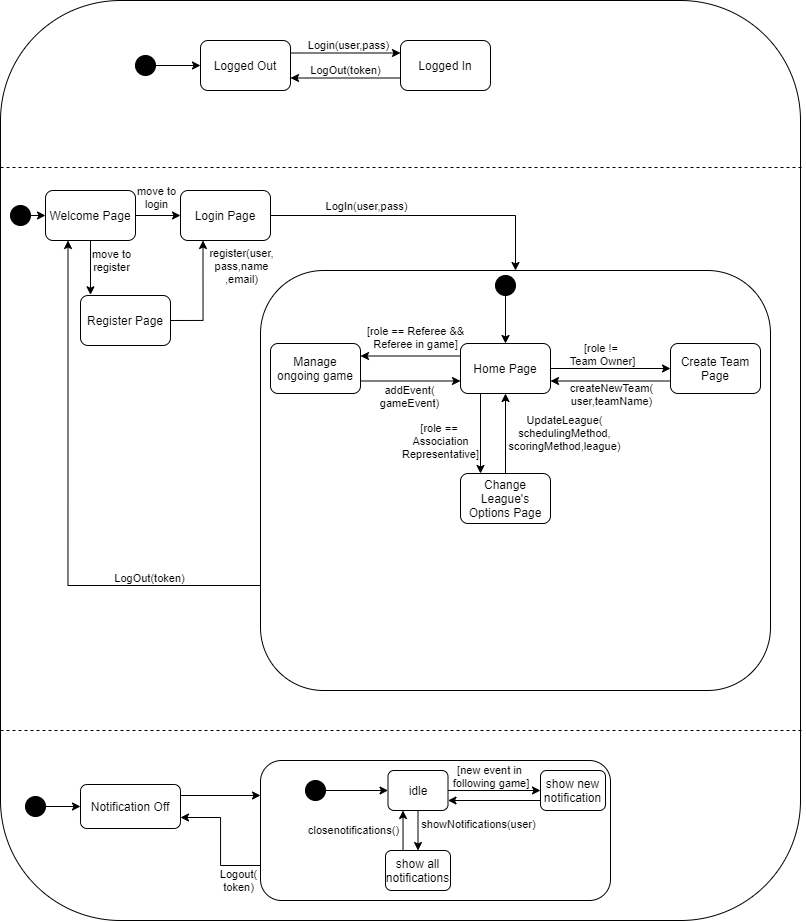
Above: doc/architecture/State Machine.png in Zshoham/Morbis (draw.io), before the change. Source tidied: cells renumbered, new cells last; positions are measured from the earlier drawing's top-left corner, leaving out a move shared by most shapes. The source it was exported from:
```xml
<mxGraphModel>
  <root>
    <mxCell id="0" />
    <mxCell id="1" parent="0" />
    <mxCell id="2" style="rounded=1;whiteSpace=wrap;html=1;" parent="1" vertex="1">
      <mxGeometry width="800" height="920" as="geometry" />
    </mxCell>
    <mxCell id="3" style="endArrow=none;dashed=1;html=1;" parent="1" edge="1">
      <mxGeometry relative="1" as="geometry">
        <mxPoint y="167" as="sourcePoint" />
        <mxPoint x="803" y="167" as="targetPoint" />
      </mxGeometry>
    </mxCell>
    <mxCell id="4" style="edgeStyle=orthogonalEdgeStyle;rounded=0;jettySize=auto;html=1;exitX=0;exitY=0.75;exitDx=0;exitDy=0;entryX=1;entryY=0.75;entryDx=0;entryDy=0;" parent="1" edge="1" source="6" target="9">
      <mxGeometry relative="1" as="geometry" />
    </mxCell>
    <mxCell id="5" value="LogOut(token)" style="edgeLabel;html=1;align=center;verticalAlign=middle;" parent="4" vertex="1">
      <mxGeometry x="-0.06" relative="1" as="geometry">
        <mxPoint x="-3.3" y="-8.5" as="offset" />
      </mxGeometry>
    </mxCell>
    <mxCell id="6" value="Logged In" style="rounded=1;whiteSpace=wrap;html=1;" parent="1" vertex="1">
      <mxGeometry x="400" y="40" width="90" height="50" as="geometry" />
    </mxCell>
    <mxCell id="7" style="edgeStyle=orthogonalEdgeStyle;rounded=0;jettySize=auto;html=1;exitX=1;exitY=0.25;exitDx=0;exitDy=0;entryX=0;entryY=0.25;entryDx=0;entryDy=0;" parent="1" edge="1" source="9" target="6">
      <mxGeometry relative="1" as="geometry" />
    </mxCell>
    <mxCell id="8" value="Login(user,pass)" style="edgeLabel;html=1;align=center;verticalAlign=middle;" parent="7" vertex="1">
      <mxGeometry x="0.68" y="1" relative="1" as="geometry">
        <mxPoint x="-35.3" y="-7.5" as="offset" />
      </mxGeometry>
    </mxCell>
    <mxCell id="9" value="Logged Out" style="rounded=1;whiteSpace=wrap;html=1;" parent="1" vertex="1">
      <mxGeometry x="200" y="40" width="90" height="50" as="geometry" />
    </mxCell>
    <mxCell id="10" style="edgeStyle=orthogonalEdgeStyle;rounded=0;jettySize=auto;html=1;exitX=1;exitY=0.5;exitDx=0;exitDy=0;entryX=0;entryY=0.5;entryDx=0;entryDy=0;" parent="1" edge="1" source="11" target="9">
      <mxGeometry relative="1" as="geometry" />
    </mxCell>
    <mxCell id="11" style="ellipse;whiteSpace=wrap;html=1;fillColor=#000000;" parent="1" vertex="1">
      <mxGeometry x="135" y="55" width="20" height="20" as="geometry" />
    </mxCell>
    <mxCell id="12" style="edgeStyle=orthogonalEdgeStyle;rounded=0;jettySize=auto;html=1;exitX=1;exitY=0.5;exitDx=0;exitDy=0;entryX=0;entryY=0.5;entryDx=0;entryDy=0;" parent="1" edge="1" source="13" target="18">
      <mxGeometry relative="1" as="geometry" />
    </mxCell>
    <mxCell id="13" style="ellipse;whiteSpace=wrap;html=1;fillColor=#000000;" parent="1" vertex="1">
      <mxGeometry x="10" y="205" width="20" height="20" as="geometry" />
    </mxCell>
    <mxCell id="14" style="edgeStyle=orthogonalEdgeStyle;rounded=0;jettySize=auto;html=1;exitX=1;exitY=0.5;exitDx=0;exitDy=0;entryX=0;entryY=0.5;entryDx=0;entryDy=0;" parent="1" edge="1" source="18" target="24">
      <mxGeometry relative="1" as="geometry" />
    </mxCell>
    <mxCell id="15" value="move to&lt;br&gt;login" style="edgeLabel;html=1;align=center;verticalAlign=middle;" parent="14" vertex="1">
      <mxGeometry x="-0.13" relative="1" as="geometry">
        <mxPoint y="-19" as="offset" />
      </mxGeometry>
    </mxCell>
    <mxCell id="16" style="edgeStyle=orthogonalEdgeStyle;rounded=0;jettySize=auto;html=1;exitX=0.5;exitY=1;exitDx=0;exitDy=0;entryX=0.111;entryY=-0.014;entryDx=0;entryDy=0;entryPerimeter=0;" parent="1" edge="1" source="18" target="39">
      <mxGeometry relative="1" as="geometry" />
    </mxCell>
    <mxCell id="17" value="move to&lt;br&gt;register" style="edgeLabel;html=1;align=center;verticalAlign=middle;" parent="16" vertex="1">
      <mxGeometry x="-0.51" y="-2" relative="1" as="geometry">
        <mxPoint x="22" y="6.9" as="offset" />
      </mxGeometry>
    </mxCell>
    <mxCell id="18" value="Welcome Page" style="rounded=1;whiteSpace=wrap;html=1;" parent="1" vertex="1">
      <mxGeometry x="45" y="190" width="90" height="50" as="geometry" />
    </mxCell>
    <mxCell id="19" style="edgeStyle=orthogonalEdgeStyle;rounded=0;jettySize=auto;html=1;exitX=0;exitY=0.75;exitDx=0;exitDy=0;entryX=0.25;entryY=1;entryDx=0;entryDy=0;" parent="1" edge="1" source="21" target="18">
      <mxGeometry relative="1" as="geometry" />
    </mxCell>
    <mxCell id="20" value="LogOut(token)" style="edgeLabel;html=1;align=center;verticalAlign=middle;" parent="19" vertex="1">
      <mxGeometry x="-0.61" y="-1" relative="1" as="geometry">
        <mxPoint x="-8.1" y="-6.5" as="offset" />
      </mxGeometry>
    </mxCell>
    <mxCell id="21" style="rounded=1;whiteSpace=wrap;html=1;fillColor=#FFFFFF;" parent="1" vertex="1">
      <mxGeometry x="260" y="270" width="510" height="420" as="geometry" />
    </mxCell>
    <mxCell id="22" style="edgeStyle=orthogonalEdgeStyle;rounded=0;jettySize=auto;html=1;exitX=1;exitY=0.5;exitDx=0;exitDy=0;entryX=0.5;entryY=0;entryDx=0;entryDy=0;" parent="1" edge="1" source="24" target="21">
      <mxGeometry relative="1" as="geometry" />
    </mxCell>
    <mxCell id="23" value="LogIn(user,pass)" style="edgeLabel;html=1;align=center;verticalAlign=middle;" parent="22" vertex="1">
      <mxGeometry x="-0.37" relative="1" as="geometry">
        <mxPoint x="1.6" y="-10" as="offset" />
      </mxGeometry>
    </mxCell>
    <mxCell id="24" value="Login Page" style="rounded=1;whiteSpace=wrap;html=1;" parent="1" vertex="1">
      <mxGeometry x="180" y="190" width="90" height="50" as="geometry" />
    </mxCell>
    <mxCell id="25" style="edgeStyle=orthogonalEdgeStyle;rounded=0;jettySize=auto;html=1;exitX=0.5;exitY=1;exitDx=0;exitDy=0;entryX=0.5;entryY=0;entryDx=0;entryDy=0;" parent="1" edge="1" source="26" target="33">
      <mxGeometry relative="1" as="geometry" />
    </mxCell>
    <mxCell id="26" style="ellipse;whiteSpace=wrap;html=1;fillColor=#000000;" parent="1" vertex="1">
      <mxGeometry x="495" y="275" width="20" height="20" as="geometry" />
    </mxCell>
    <mxCell id="27" style="edgeStyle=orthogonalEdgeStyle;rounded=0;jettySize=auto;html=1;exitX=1;exitY=0.5;exitDx=0;exitDy=0;entryX=0;entryY=0.5;entryDx=0;entryDy=0;" parent="1" edge="1" source="33" target="36">
      <mxGeometry relative="1" as="geometry" />
    </mxCell>
    <mxCell id="28" value="[role !=&amp;nbsp;&lt;br&gt;Team Owner]" style="edgeLabel;html=1;align=center;verticalAlign=middle;" parent="27" vertex="1">
      <mxGeometry x="-0.24" relative="1" as="geometry">
        <mxPoint x="5.7" y="-15" as="offset" />
      </mxGeometry>
    </mxCell>
    <mxCell id="29" style="edgeStyle=orthogonalEdgeStyle;rounded=0;orthogonalLoop=1;jettySize=auto;html=1;exitX=0.5;exitY=1;exitDx=0;exitDy=0;entryX=0.5;entryY=0;entryDx=0;entryDy=0;" parent="1" edge="1">
      <mxGeometry relative="1" as="geometry">
        <mxPoint x="480" y="393" as="sourcePoint" />
        <mxPoint x="480" y="473" as="targetPoint" />
      </mxGeometry>
    </mxCell>
    <mxCell id="30" value="[role ==&amp;nbsp;&lt;br&gt;Association&lt;br&gt;Representative]" style="edgeLabel;html=1;align=center;verticalAlign=middle;" parent="29" vertex="1">
      <mxGeometry x="-0.2" y="-1" relative="1" as="geometry">
        <mxPoint x="-40" y="16" as="offset" />
      </mxGeometry>
    </mxCell>
    <mxCell id="31" style="edgeStyle=orthogonalEdgeStyle;rounded=0;jettySize=auto;html=1;exitX=0;exitY=0.25;exitDx=0;exitDy=0;entryX=1;entryY=0.25;entryDx=0;entryDy=0;" parent="1" edge="1" source="33" target="45">
      <mxGeometry relative="1" as="geometry" />
    </mxCell>
    <mxCell id="32" value="[role ==&amp;nbsp;Referee &amp;amp;&amp;amp;&lt;br&gt;Referee in game]" style="edgeLabel;html=1;align=center;verticalAlign=middle;" parent="31" vertex="1">
      <mxGeometry x="-0.22" y="1" relative="1" as="geometry">
        <mxPoint x="-6.7" y="-20.5" as="offset" />
      </mxGeometry>
    </mxCell>
    <mxCell id="33" value="Home Page" style="rounded=1;whiteSpace=wrap;html=1;" parent="1" vertex="1">
      <mxGeometry x="460" y="343" width="90" height="50" as="geometry" />
    </mxCell>
    <mxCell id="34" style="edgeStyle=orthogonalEdgeStyle;rounded=0;jettySize=auto;html=1;exitX=0;exitY=0.75;exitDx=0;exitDy=0;entryX=1;entryY=0.75;entryDx=0;entryDy=0;" parent="1" edge="1" source="36" target="33">
      <mxGeometry relative="1" as="geometry" />
    </mxCell>
    <mxCell id="35" value="createNewTeam(&lt;br&gt;user,teamName)" style="edgeLabel;html=1;align=center;verticalAlign=middle;" parent="34" vertex="1">
      <mxGeometry x="0.22" y="-1" relative="1" as="geometry">
        <mxPoint x="13.7" y="13.5" as="offset" />
      </mxGeometry>
    </mxCell>
    <mxCell id="36" value="Create Team Page" style="rounded=1;whiteSpace=wrap;html=1;" parent="1" vertex="1">
      <mxGeometry x="670" y="343" width="90" height="50" as="geometry" />
    </mxCell>
    <mxCell id="37" style="edgeStyle=orthogonalEdgeStyle;rounded=0;jettySize=auto;html=1;exitX=1;exitY=0.5;exitDx=0;exitDy=0;entryX=0.25;entryY=1;entryDx=0;entryDy=0;" parent="1" edge="1" source="39" target="24">
      <mxGeometry relative="1" as="geometry" />
    </mxCell>
    <mxCell id="38" value="register(user,&lt;br&gt;pass,name&lt;br&gt;,email)" style="edgeLabel;html=1;align=center;verticalAlign=middle;" parent="37" vertex="1">
      <mxGeometry x="0.55" relative="1" as="geometry">
        <mxPoint x="37.5" y="-0.2" as="offset" />
      </mxGeometry>
    </mxCell>
    <mxCell id="39" value="Register Page" style="rounded=1;whiteSpace=wrap;html=1;" parent="1" vertex="1">
      <mxGeometry x="80" y="295" width="90" height="50" as="geometry" />
    </mxCell>
    <mxCell id="40" style="edgeStyle=orthogonalEdgeStyle;rounded=0;jettySize=auto;html=1;exitX=0.5;exitY=0;exitDx=0;exitDy=0;entryX=0.5;entryY=1;entryDx=0;entryDy=0;" parent="1" edge="1" source="42" target="33">
      <mxGeometry relative="1" as="geometry" />
    </mxCell>
    <mxCell id="41" value="UpdateLeague(&lt;br&gt;schedulingMethod,&lt;br&gt;scoringMethod,league)" style="edgeLabel;html=1;align=center;verticalAlign=middle;" parent="40" vertex="1">
      <mxGeometry x="-0.3" y="-1" relative="1" as="geometry">
        <mxPoint x="57" y="-12.4" as="offset" />
      </mxGeometry>
    </mxCell>
    <mxCell id="42" value="Change League's Options Page" style="rounded=1;whiteSpace=wrap;html=1;" parent="1" vertex="1">
      <mxGeometry x="460" y="473" width="90" height="50" as="geometry" />
    </mxCell>
    <mxCell id="43" style="edgeStyle=orthogonalEdgeStyle;rounded=0;jettySize=auto;html=1;exitX=1;exitY=0.75;exitDx=0;exitDy=0;entryX=0;entryY=0.75;entryDx=0;entryDy=0;" parent="1" edge="1" source="45" target="33">
      <mxGeometry relative="1" as="geometry" />
    </mxCell>
    <mxCell id="44" value="addEvent(&lt;br&gt;gameEvent)" style="edgeLabel;html=1;align=center;verticalAlign=middle;" parent="43" vertex="1">
      <mxGeometry x="-0.38" y="-1" relative="1" as="geometry">
        <mxPoint x="18" y="13.5" as="offset" />
      </mxGeometry>
    </mxCell>
    <mxCell id="45" value="Manage ongoing game" style="rounded=1;whiteSpace=wrap;html=1;" parent="1" vertex="1">
      <mxGeometry x="270" y="343" width="90" height="50" as="geometry" />
    </mxCell>
    <mxCell id="46" style="endArrow=none;dashed=1;html=1;" parent="1" edge="1">
      <mxGeometry relative="1" as="geometry">
        <mxPoint y="730" as="sourcePoint" />
        <mxPoint x="803" y="730" as="targetPoint" />
      </mxGeometry>
    </mxCell>
    <mxCell id="47" style="edgeStyle=orthogonalEdgeStyle;rounded=0;jettySize=auto;html=1;exitX=1;exitY=0.5;exitDx=0;exitDy=0;entryX=0;entryY=0.5;entryDx=0;entryDy=0;" parent="1" edge="1" source="48" target="50">
      <mxGeometry relative="1" as="geometry" />
    </mxCell>
    <mxCell id="48" style="ellipse;whiteSpace=wrap;html=1;fillColor=#000000;" parent="1" vertex="1">
      <mxGeometry x="25" y="796" width="20" height="20" as="geometry" />
    </mxCell>
    <mxCell id="49" style="edgeStyle=orthogonalEdgeStyle;rounded=0;jettySize=auto;html=1;exitX=1;exitY=0.25;exitDx=0;exitDy=0;entryX=0;entryY=0.25;entryDx=0;entryDy=0;" parent="1" edge="1" source="50" target="53">
      <mxGeometry relative="1" as="geometry" />
    </mxCell>
    <mxCell id="50" value="Notification Off" style="rounded=1;whiteSpace=wrap;html=1;" parent="1" vertex="1">
      <mxGeometry x="80" y="784" width="100" height="44" as="geometry" />
    </mxCell>
    <mxCell id="51" style="edgeStyle=orthogonalEdgeStyle;rounded=0;jettySize=auto;html=1;exitX=0;exitY=0.75;exitDx=0;exitDy=0;entryX=1;entryY=0.75;entryDx=0;entryDy=0;" parent="1" edge="1" source="53" target="50">
      <mxGeometry relative="1" as="geometry" />
    </mxCell>
    <mxCell id="52" value="Logout(&lt;br&gt;token)" style="edgeLabel;html=1;align=center;verticalAlign=middle;" parent="51" vertex="1">
      <mxGeometry x="-0.34" relative="1" as="geometry">
        <mxPoint x="17" y="17.3" as="offset" />
      </mxGeometry>
    </mxCell>
    <mxCell id="53" style="rounded=1;whiteSpace=wrap;html=1;" parent="1" vertex="1">
      <mxGeometry x="260" y="760" width="350" height="140" as="geometry" />
    </mxCell>
    <mxCell id="54" style="edgeStyle=orthogonalEdgeStyle;rounded=0;jettySize=auto;html=1;exitX=1;exitY=0.5;exitDx=0;exitDy=0;entryX=0;entryY=0.5;entryDx=0;entryDy=0;" parent="1" edge="1" source="58" target="60">
      <mxGeometry relative="1" as="geometry" />
    </mxCell>
    <mxCell id="55" value="[new event in&lt;br&gt;&amp;nbsp;following game]" style="edgeLabel;html=1;align=center;verticalAlign=middle;" parent="54" vertex="1">
      <mxGeometry x="-0.3" relative="1" as="geometry">
        <mxPoint x="8.1" y="-15" as="offset" />
      </mxGeometry>
    </mxCell>
    <mxCell id="56" style="edgeStyle=orthogonalEdgeStyle;rounded=0;jettySize=auto;html=1;exitX=0.5;exitY=1;exitDx=0;exitDy=0;entryX=0.5;entryY=0;entryDx=0;entryDy=0;" parent="1" edge="1" source="58" target="63">
      <mxGeometry relative="1" as="geometry" />
    </mxCell>
    <mxCell id="57" value="showNotifications(user)" style="edgeLabel;html=1;align=center;verticalAlign=middle;" parent="56" vertex="1">
      <mxGeometry x="-0.33" relative="1" as="geometry">
        <mxPoint x="60" as="offset" />
      </mxGeometry>
    </mxCell>
    <mxCell id="58" value="idle" style="rounded=1;whiteSpace=wrap;html=1;" parent="1" vertex="1">
      <mxGeometry x="387.5" y="770" width="60" height="40" as="geometry" />
    </mxCell>
    <mxCell id="59" style="edgeStyle=orthogonalEdgeStyle;rounded=0;jettySize=auto;html=1;exitX=0;exitY=0.75;exitDx=0;exitDy=0;entryX=1;entryY=0.75;entryDx=0;entryDy=0;" parent="1" edge="1" source="60" target="58">
      <mxGeometry relative="1" as="geometry" />
    </mxCell>
    <mxCell id="60" value="show new notification" style="rounded=1;whiteSpace=wrap;html=1;" parent="1" vertex="1">
      <mxGeometry x="540" y="770" width="65" height="40" as="geometry" />
    </mxCell>
    <mxCell id="61" style="edgeStyle=orthogonalEdgeStyle;rounded=0;jettySize=auto;html=1;exitX=0.27;exitY=-0.004;exitDx=0;exitDy=0;entryX=0.25;entryY=1;entryDx=0;entryDy=0;exitPerimeter=0;" parent="1" edge="1" source="63" target="58">
      <mxGeometry relative="1" as="geometry" />
    </mxCell>
    <mxCell id="62" value="closenotifications()" style="edgeLabel;html=1;align=center;verticalAlign=middle;" parent="61" vertex="1">
      <mxGeometry x="0.24" y="1" relative="1" as="geometry">
        <mxPoint x="-49" y="4.7" as="offset" />
      </mxGeometry>
    </mxCell>
    <mxCell id="63" value="show all notifications" style="rounded=1;whiteSpace=wrap;html=1;" parent="1" vertex="1">
      <mxGeometry x="385" y="850" width="65" height="40" as="geometry" />
    </mxCell>
    <mxCell id="64" style="edgeStyle=orthogonalEdgeStyle;rounded=0;jettySize=auto;html=1;exitX=1;exitY=0.5;exitDx=0;exitDy=0;entryX=0;entryY=0.5;entryDx=0;entryDy=0;" parent="1" edge="1" source="65" target="58">
      <mxGeometry relative="1" as="geometry" />
    </mxCell>
    <mxCell id="65" style="ellipse;whiteSpace=wrap;html=1;fillColor=#000000;" parent="1" vertex="1">
      <mxGeometry x="305" y="780" width="20" height="20" as="geometry" />
    </mxCell>
  </root>
</mxGraphModel>
```
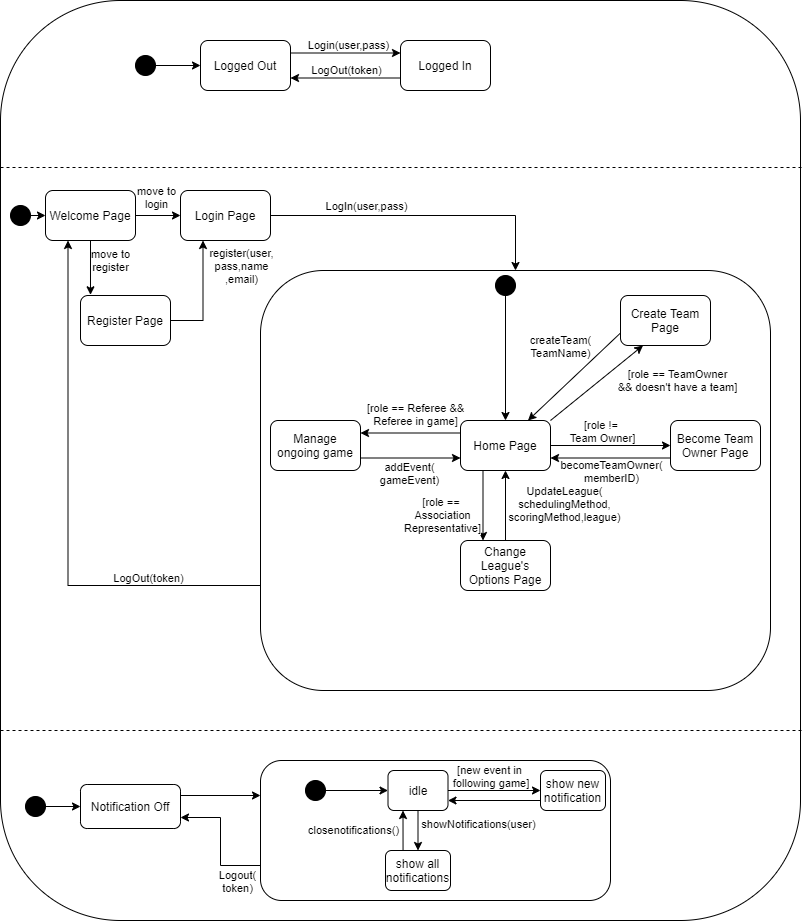
After the change.

Commit message:
changed a bit the state machine

Diff of the diagram source:
```diff
@@ -100,11 +100,8 @@
         <mxPoint x="5.7" y="-15" as="offset" />
       </mxGeometry>
     </mxCell>
-    <mxCell id="29" style="edgeStyle=orthogonalEdgeStyle;rounded=0;orthogonalLoop=1;jettySize=auto;html=1;exitX=0.5;exitY=1;exitDx=0;exitDy=0;entryX=0.5;entryY=0;entryDx=0;entryDy=0;" parent="1" edge="1">
-      <mxGeometry relative="1" as="geometry">
-        <mxPoint x="480" y="393" as="sourcePoint" />
-        <mxPoint x="480" y="473" as="targetPoint" />
-      </mxGeometry>
+    <mxCell id="29" style="edgeStyle=orthogonalEdgeStyle;rounded=0;jettySize=auto;html=1;exitX=0.25;exitY=1;exitDx=0;exitDy=0;entryX=0.25;entryY=0;entryDx=0;entryDy=0;" parent="1" edge="1" source="33" target="42">
+      <mxGeometry relative="1" as="geometry" />
     </mxCell>
     <mxCell id="30" value="[role ==&amp;nbsp;&lt;br&gt;Association&lt;br&gt;Representative]" style="edgeLabel;html=1;align=center;verticalAlign=middle;" parent="29" vertex="1">
       <mxGeometry x="-0.2" y="-1" relative="1" as="geometry">
@@ -119,19 +116,27 @@
         <mxPoint x="-6.7" y="-20.5" as="offset" />
       </mxGeometry>
     </mxCell>
+    <mxCell id="66" style="rounded=0;jettySize=auto;html=1;exitX=1;exitY=0;exitDx=0;exitDy=0;entryX=0.25;entryY=1;entryDx=0;entryDy=0;" parent="1" edge="1" source="33" target="70">
+      <mxGeometry relative="1" as="geometry" />
+    </mxCell>
+    <mxCell id="67" value="[role == TeamOwner&lt;br&gt;&amp;amp;&amp;amp; doesn't have a team]" style="edgeLabel;html=1;align=center;verticalAlign=middle;" parent="66" vertex="1">
+      <mxGeometry x="0.44" y="1" relative="1" as="geometry">
+        <mxPoint x="60" y="14.8" as="offset" />
+      </mxGeometry>
+    </mxCell>
     <mxCell id="33" value="Home Page" style="rounded=1;whiteSpace=wrap;html=1;" parent="1" vertex="1">
-      <mxGeometry x="460" y="343" width="90" height="50" as="geometry" />
+      <mxGeometry x="460" y="420" width="90" height="50" as="geometry" />
     </mxCell>
     <mxCell id="34" style="edgeStyle=orthogonalEdgeStyle;rounded=0;jettySize=auto;html=1;exitX=0;exitY=0.75;exitDx=0;exitDy=0;entryX=1;entryY=0.75;entryDx=0;entryDy=0;" parent="1" edge="1" source="36" target="33">
       <mxGeometry relative="1" as="geometry" />
     </mxCell>
-    <mxCell id="35" value="createNewTeam(&lt;br&gt;user,teamName)" style="edgeLabel;html=1;align=center;verticalAlign=middle;" parent="34" vertex="1">
+    <mxCell id="35" value="becomeTeamOwner(&lt;br&gt;memberID)" style="edgeLabel;html=1;align=center;verticalAlign=middle;" parent="34" vertex="1">
       <mxGeometry x="0.22" y="-1" relative="1" as="geometry">
         <mxPoint x="13.7" y="13.5" as="offset" />
       </mxGeometry>
     </mxCell>
-    <mxCell id="36" value="Create Team Page" style="rounded=1;whiteSpace=wrap;html=1;" parent="1" vertex="1">
-      <mxGeometry x="670" y="343" width="90" height="50" as="geometry" />
+    <mxCell id="36" value="Become Team Owner Page" style="rounded=1;whiteSpace=wrap;html=1;" parent="1" vertex="1">
+      <mxGeometry x="670" y="420" width="90" height="50" as="geometry" />
     </mxCell>
     <mxCell id="37" style="edgeStyle=orthogonalEdgeStyle;rounded=0;jettySize=auto;html=1;exitX=1;exitY=0.5;exitDx=0;exitDy=0;entryX=0.25;entryY=1;entryDx=0;entryDy=0;" parent="1" edge="1" source="39" target="24">
       <mxGeometry relative="1" as="geometry" />
@@ -153,7 +158,7 @@
       </mxGeometry>
     </mxCell>
     <mxCell id="42" value="Change League's Options Page" style="rounded=1;whiteSpace=wrap;html=1;" parent="1" vertex="1">
-      <mxGeometry x="460" y="473" width="90" height="50" as="geometry" />
+      <mxGeometry x="460" y="540" width="90" height="50" as="geometry" />
     </mxCell>
     <mxCell id="43" style="edgeStyle=orthogonalEdgeStyle;rounded=0;jettySize=auto;html=1;exitX=1;exitY=0.75;exitDx=0;exitDy=0;entryX=0;entryY=0.75;entryDx=0;entryDy=0;" parent="1" edge="1" source="45" target="33">
       <mxGeometry relative="1" as="geometry" />
@@ -164,7 +169,7 @@
       </mxGeometry>
     </mxCell>
     <mxCell id="45" value="Manage ongoing game" style="rounded=1;whiteSpace=wrap;html=1;" parent="1" vertex="1">
-      <mxGeometry x="270" y="343" width="90" height="50" as="geometry" />
+      <mxGeometry x="270" y="420" width="90" height="50" as="geometry" />
     </mxCell>
     <mxCell id="46" style="endArrow=none;dashed=1;html=1;" parent="1" edge="1">
       <mxGeometry relative="1" as="geometry">
@@ -237,5 +242,16 @@
     <mxCell id="65" style="ellipse;whiteSpace=wrap;html=1;fillColor=#000000;" parent="1" vertex="1">
       <mxGeometry x="305" y="780" width="20" height="20" as="geometry" />
     </mxCell>
+    <mxCell id="68" style="edgeStyle=none;rounded=0;jettySize=auto;html=1;exitX=0;exitY=0.75;exitDx=0;exitDy=0;entryX=0.75;entryY=0;entryDx=0;entryDy=0;" parent="1" edge="1" source="70" target="33">
+      <mxGeometry relative="1" as="geometry" />
+    </mxCell>
+    <mxCell id="69" value="createTeam(&lt;br&gt;TeamName)" style="edgeLabel;html=1;align=center;verticalAlign=middle;" parent="68" vertex="1">
+      <mxGeometry x="-0.5" y="-1" relative="1" as="geometry">
+        <mxPoint x="-36.1" y="-8.7" as="offset" />
+      </mxGeometry>
+    </mxCell>
+    <mxCell id="70" value="Create Team Page" style="rounded=1;whiteSpace=wrap;html=1;" parent="1" vertex="1">
+      <mxGeometry x="620" y="295" width="90" height="50" as="geometry" />
+    </mxCell>
   </root>
 </mxGraphModel>
```
